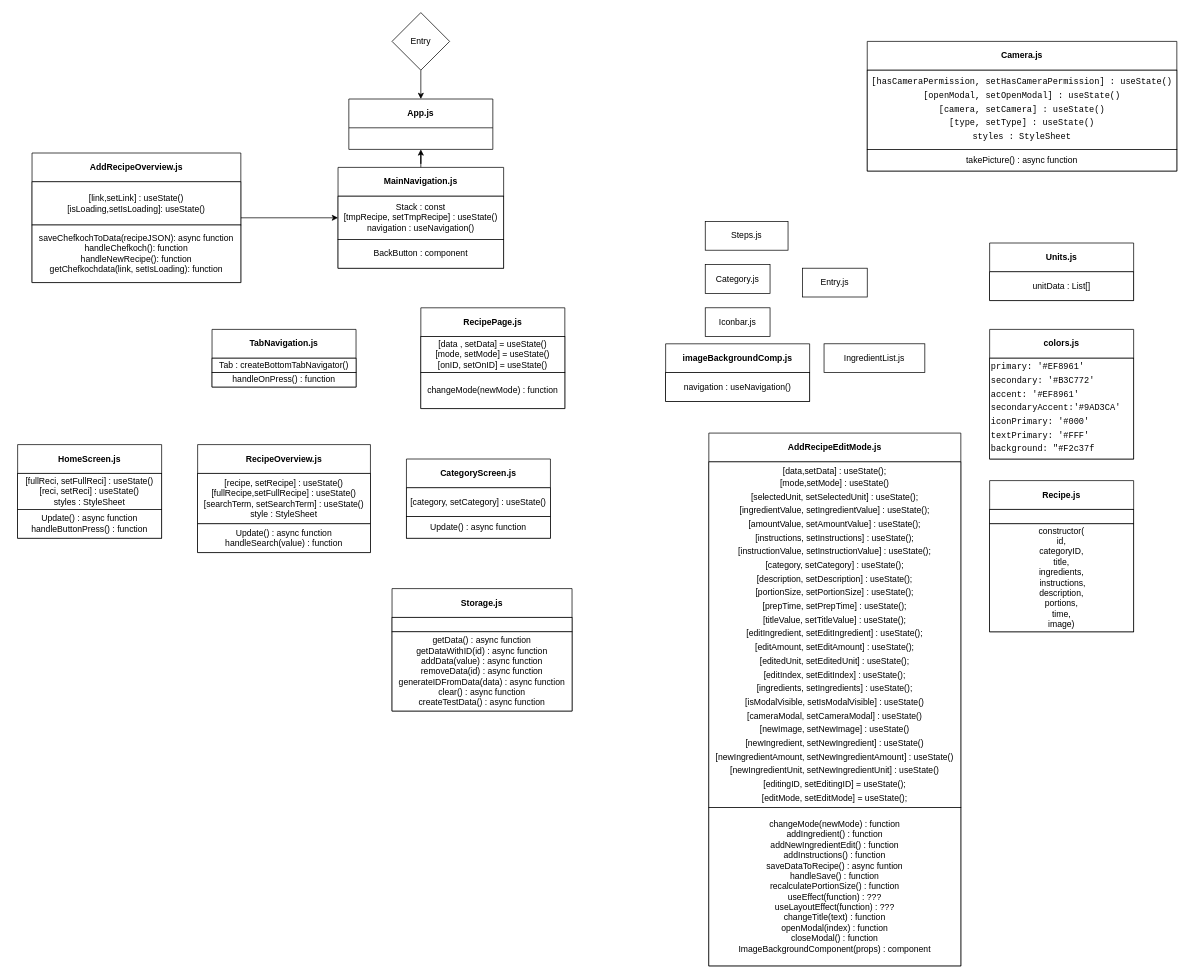
Above: Unbenanntes Diagramm.drawio in XDether/Ideen (draw.io), before the change. Source tidied: cells renumbered, new cells numbered last; positions are measured from the earlier drawing's top-left corner, leaving out a move shared by most shapes. Both pictures are drawn from the tidied source at 72%, with x=0, y=0 at pixel (17, 12).
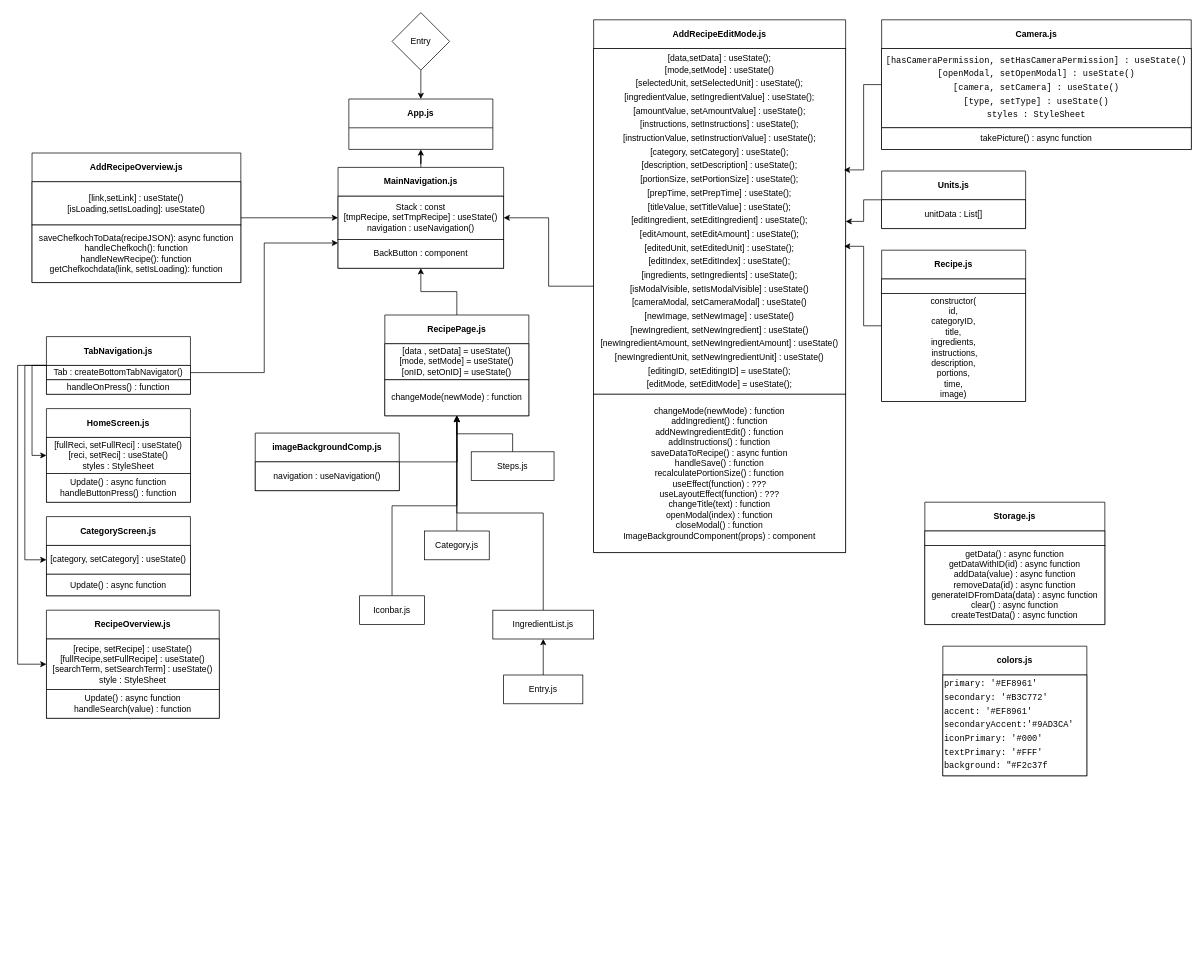
Above is the later version.

The change refers to these unchanged cells:
```xml
<mxCell id="4" value="MainNavigation.js" style="swimlane;whiteSpace=wrap;html=1;startSize=40;" parent="1" vertex="1">
  <mxGeometry x="445" y="215" width="230" height="140" as="geometry" />
</mxCell>
<mxCell id="8" value="&lt;div&gt;Tab : createBottomTabNavigator()&lt;/div&gt;" style="rounded=0;whiteSpace=wrap;html=1;" parent="7" vertex="1">
  <mxGeometry y="40" width="200" height="20" as="geometry" />
</mxCell>
<mxCell id="11" value="&lt;span style=&quot;font-size: 12px;&quot;&gt;&lt;/span&gt;&lt;span style=&quot;font-size: 12px;&quot;&gt;[data,setData] : useState();&lt;/span&gt;&lt;div style=&quot;font-size: 12px; line-height: 19px;&quot;&gt;&lt;div style=&quot;font-size: 12px;&quot;&gt;&lt;span style=&quot;font-size: 12px;&quot;&gt;[mode,setMode] : useState()&lt;/span&gt;&lt;/div&gt;&lt;div style=&quot;font-size: 12px;&quot;&gt;&lt;span style=&quot;font-size: 12px;&quot;&gt;[selectedUnit, setSelectedUnit] : useState();&lt;/span&gt;&lt;/div&gt;&lt;div style=&quot;font-size: 12px;&quot;&gt;&lt;span style=&quot;font-size: 12px;&quot;&gt;[ingredientValue, setIngredientValue] : useState();&lt;/span&gt;&lt;/div&gt;&lt;div style=&quot;font-size: 12px;&quot;&gt;&lt;span style=&quot;font-size: 12px;&quot;&gt;[amountValue, setAmountValue] : useState();&lt;/span&gt;&lt;/div&gt;&lt;div style=&quot;font-size: 12px;&quot;&gt;&lt;span style=&quot;font-size: 12px;&quot;&gt;[instructions, setInstructions] : useState();&lt;/span&gt;&lt;/div&gt;&lt;div style=&quot;font-size: 12px;&quot;&gt;&lt;span style=&quot;font-size: 12px;&quot;&gt;[instructionValue, setInstructionValue] : useState();&lt;/span&gt;&lt;/div&gt;&lt;div style=&quot;font-size: 12px;&quot;&gt;&lt;span style=&quot;font-size: 12px;&quot;&gt;[category, setCategory] : useState();&lt;/span&gt;&lt;/div&gt;&lt;div style=&quot;font-size: 12px;&quot;&gt;&lt;span style=&quot;font-size: 12px;&quot;&gt;[description, setDescription] : useState();&lt;/span&gt;&lt;/div&gt;&lt;div style=&quot;font-size: 12px;&quot;&gt;&lt;span style=&quot;font-size: 12px;&quot;&gt;[portionSize, setPortionSize] : useState();&lt;/span&gt;&lt;/div&gt;&lt;div style=&quot;font-size: 12px;&quot;&gt;&lt;span style=&quot;font-size: 12px;&quot;&gt;[prepTime, setPrepTime] : useState();&lt;/span&gt;&lt;/div&gt;&lt;div style=&quot;font-size: 12px;&quot;&gt;&lt;span style=&quot;font-size: 12px;&quot;&gt;[titleValue, setTitleValue] : useState();&lt;/span&gt;&lt;/div&gt;&lt;div style=&quot;font-size: 12px;&quot;&gt;&lt;span style=&quot;font-size: 12px;&quot;&gt;[editIngredient, setEditIngredient] : useState();&lt;/span&gt;&lt;/div&gt;&lt;div style=&quot;font-size: 12px;&quot;&gt;&lt;span style=&quot;font-size: 12px;&quot;&gt;[editAmount, setEditAmount] : useState();&lt;/span&gt;&lt;/div&gt;&lt;div style=&quot;font-size: 12px;&quot;&gt;&lt;span style=&quot;font-size: 12px;&quot;&gt;[editedUnit, setEditedUnit] : useState();&lt;/span&gt;&lt;/div&gt;&lt;div style=&quot;font-size: 12px;&quot;&gt;&lt;span style=&quot;font-size: 12px;&quot;&gt;[editIndex, setEditIndex] : useState();&lt;/span&gt;&lt;/div&gt;&lt;div style=&quot;font-size: 12px;&quot;&gt;&lt;span style=&quot;font-size: 12px;&quot;&gt;[ingredients, setIngredients] : useState();&lt;/span&gt;&lt;/div&gt;&lt;div style=&quot;font-size: 12px;&quot;&gt;&lt;span style=&quot;font-size: 12px;&quot;&gt;[isModalVisible, setIsModalVisible] : useState()&lt;/span&gt;&lt;/div&gt;&lt;div style=&quot;font-size: 12px;&quot;&gt;&lt;span style=&quot;font-size: 12px;&quot;&gt;[cameraModal, setCameraModal] : useState()&lt;/span&gt;&lt;/div&gt;&lt;div style=&quot;font-size: 12px;&quot;&gt;&lt;span style=&quot;font-size: 12px;&quot;&gt;[newImage, setNewImage] : useState()&lt;/span&gt;&lt;/div&gt;&lt;/div&gt;&lt;span style=&quot;font-size: 12px;&quot;&gt;&lt;/span&gt;&lt;div style=&quot;font-size: 12px; line-height: 19px;&quot;&gt;&lt;div style=&quot;font-size: 12px;&quot;&gt;&lt;span style=&quot;font-size: 12px;&quot;&gt;[newIngredient, setNewIngredient] : useState()&lt;/span&gt;&lt;/div&gt;&lt;div style=&quot;font-size: 12px;&quot;&gt;&lt;span style=&quot;font-size: 12px;&quot;&gt;[newIngredientAmount, setNewIngredientAmount] : useState()&lt;/span&gt;&lt;/div&gt;&lt;div style=&quot;font-size: 12px;&quot;&gt;&lt;span style=&quot;font-size: 12px;&quot;&gt;[newIngredientUnit, setNewIngredientUnit] : useState()&lt;/span&gt;&lt;/div&gt;&lt;span style=&quot;font-size: 12px;&quot;&gt;&lt;/span&gt;&lt;div style=&quot;font-size: 12px;&quot;&gt;&lt;span style=&quot;font-size: 12px;&quot;&gt;[editingID, setEditingID] = useState();&lt;/span&gt;&lt;/div&gt;&lt;span style=&quot;font-size: 12px;&quot;&gt;&lt;/span&gt;&lt;div style=&quot;font-size: 12px;&quot;&gt;&lt;span style=&quot;font-size: 12px;&quot;&gt;[editMode, setEditMode] = useState();&lt;/span&gt;&lt;/div&gt;&lt;/div&gt;" style="rounded=0;whiteSpace=wrap;html=1;labelBackgroundColor=none;align=center;verticalAlign=top;fontColor=default;fontStyle=0;fontFamily=Helvetica;fontSize=12;" parent="10" vertex="1">
  <mxGeometry y="40" width="350" height="480" as="geometry" />
</mxCell>
<mxCell id="19" value="&lt;div&gt;changeMode(newMode) : function&lt;/div&gt;" style="rounded=0;whiteSpace=wrap;html=1;" parent="17" vertex="1">
  <mxGeometry y="90" width="200" height="50" as="geometry" />
</mxCell>
```

Change to the diagram source:
```diff
@@
+    <mxCell id="51" style="edgeStyle=orthogonalEdgeStyle;rounded=0;jettySize=auto;html=1;entryX=0;entryY=0.5;entryDx=0;entryDy=0;" parent="1" edge="1" source="7" target="20">
+      <mxGeometry relative="1" as="geometry">
+        <Array as="points">
+          <mxPoint x="20" y="490" />
+          <mxPoint x="20" y="615" />
+        </Array>
+      </mxGeometry>
+    </mxCell>
+    <mxCell id="52" style="edgeStyle=orthogonalEdgeStyle;rounded=0;jettySize=auto;html=1;" parent="1" edge="1" source="7">
+      <mxGeometry relative="1" as="geometry">
+        <mxPoint x="40" y="760" as="targetPoint" />
+        <Array as="points">
+          <mxPoint x="10" y="490" />
+          <mxPoint x="10" y="760" />
+        </Array>
+      </mxGeometry>
+    </mxCell>
+    <mxCell id="53" style="edgeStyle=orthogonalEdgeStyle;rounded=0;jettySize=auto;html=1;entryX=0;entryY=0.5;entryDx=0;entryDy=0;" parent="1" edge="1" source="7" target="23">
+      <mxGeometry relative="1" as="geometry">
+        <Array as="points">
+          <mxPoint y="490" />
+          <mxPoint y="905" />
+        </Array>
+      </mxGeometry>
+    </mxCell>
     <mxCell id="7" value="&lt;div&gt;TabNavigation.js&lt;/div&gt;" style="swimlane;whiteSpace=wrap;html=1;startSize=40;" parent="1" vertex="1">
-      <mxGeometry x="270" y="440" width="200" height="80" as="geometry" />
+      <mxGeometry x="40" y="450" width="200" height="80" as="geometry" />
     </mxCell>
@@
+    <mxCell id="54" style="edgeStyle=orthogonalEdgeStyle;rounded=0;jettySize=auto;html=1;entryX=1;entryY=0.5;entryDx=0;entryDy=0;" parent="1" edge="1" source="10" target="4">
+      <mxGeometry relative="1" as="geometry" />
+    </mxCell>
     <mxCell id="10" value="AddRecipeEditMode.js" style="swimlane;whiteSpace=wrap;html=1;startSize=40;" parent="1" vertex="1">
-      <mxGeometry x="960" y="584" width="350" height="740" as="geometry" />
+      <mxGeometry x="800" y="10" width="350" height="740" as="geometry" />
     </mxCell>
@@
+    <mxCell id="55" style="edgeStyle=orthogonalEdgeStyle;rounded=0;jettySize=auto;html=1;entryX=0.5;entryY=1;entryDx=0;entryDy=0;" parent="1" edge="1" source="17" target="4">
+      <mxGeometry relative="1" as="geometry" />
+    </mxCell>
     <mxCell id="17" value="&lt;div&gt;RecipePage.js&lt;/div&gt;" style="swimlane;whiteSpace=wrap;html=1;startSize=40;" parent="1" vertex="1">
-      <mxGeometry x="560" y="410" width="200" height="140" as="geometry" />
+      <mxGeometry x="510" y="420" width="200" height="140" as="geometry" />
     </mxCell>
@@
     <mxCell id="20" value="&lt;div&gt;HomeScreen.js&lt;/div&gt;" style="swimlane;whiteSpace=wrap;html=1;startSize=40;" parent="1" vertex="1">
-      <mxGeometry y="600" width="200" height="130" as="geometry" />
+      <mxGeometry x="40" y="550" width="200" height="130" as="geometry" />
     </mxCell>
@@
     <mxCell id="23" value="&lt;div&gt;RecipeOverview.js&lt;/div&gt;" style="swimlane;whiteSpace=wrap;html=1;startSize=40;" parent="1" vertex="1">
-      <mxGeometry x="250" y="600" width="240" height="150" as="geometry" />
+      <mxGeometry x="40" y="830" width="240" height="150" as="geometry" />
     </mxCell>
@@
     <mxCell id="26" value="Storage.js" style="swimlane;whiteSpace=wrap;html=1;startSize=40;" parent="1" vertex="1">
-      <mxGeometry x="520" y="800" width="250" height="170" as="geometry" />
+      <mxGeometry x="1260" y="680" width="250" height="170" as="geometry" />
     </mxCell>
@@
+    <mxCell id="56" style="edgeStyle=orthogonalEdgeStyle;rounded=0;jettySize=auto;html=1;entryX=0.993;entryY=0.351;entryDx=0;entryDy=0;entryPerimeter=0;" parent="1" edge="1" source="29" target="11">
+      <mxGeometry relative="1" as="geometry" />
+    </mxCell>
     <mxCell id="29" value="Camera.js" style="swimlane;whiteSpace=wrap;html=1;startSize=40;" parent="1" vertex="1">
-      <mxGeometry x="1180" y="40" width="430" height="180" as="geometry" />
+      <mxGeometry x="1200" y="10" width="430" height="180" as="geometry" />
     </mxCell>
@@
+    <mxCell id="57" style="edgeStyle=orthogonalEdgeStyle;rounded=0;jettySize=auto;html=1;entryX=0.994;entryY=0.572;entryDx=0;entryDy=0;entryPerimeter=0;" parent="1" edge="1" source="32" target="11">
+      <mxGeometry relative="1" as="geometry" />
+    </mxCell>
     <mxCell id="32" value="Recipe.js" style="swimlane;whiteSpace=wrap;html=1;startSize=40;" parent="1" vertex="1">
-      <mxGeometry x="1350" y="650" width="200" height="210" as="geometry" />
+      <mxGeometry x="1200" y="330" width="200" height="210" as="geometry" />
     </mxCell>
@@
+    <mxCell id="58" style="edgeStyle=orthogonalEdgeStyle;rounded=0;jettySize=auto;html=1;" parent="1" edge="1" source="35" target="11">
+      <mxGeometry relative="1" as="geometry" />
+    </mxCell>
     <mxCell id="35" value="&lt;div&gt;Units.js&lt;/div&gt;" style="swimlane;whiteSpace=wrap;html=1;startSize=40;" parent="1" vertex="1">
-      <mxGeometry x="1350" y="320" width="200" height="80" as="geometry" />
+      <mxGeometry x="1200" y="220" width="200" height="80" as="geometry" />
     </mxCell>
@@
     <mxCell id="39" value="colors.js" style="swimlane;whiteSpace=wrap;html=1;startSize=40;" parent="1" vertex="1">
-      <mxGeometry x="1350" y="440" width="200" height="180" as="geometry" />
+      <mxGeometry x="1285" y="880" width="200" height="180" as="geometry" />
     </mxCell>
@@
     <mxCell id="41" value="CategoryScreen.js" style="swimlane;whiteSpace=wrap;html=1;startSize=40;" parent="1" vertex="1">
-      <mxGeometry x="540" y="620" width="200" height="110" as="geometry" />
+      <mxGeometry x="40" y="700" width="200" height="110" as="geometry" />
     </mxCell>
@@
+    <mxCell id="59" style="edgeStyle=orthogonalEdgeStyle;rounded=0;jettySize=auto;html=1;entryX=0.5;entryY=1;entryDx=0;entryDy=0;" parent="1" edge="1" source="44" target="17">
+      <mxGeometry relative="1" as="geometry" />
+    </mxCell>
     <mxCell id="44" value="Category.js" style="rounded=0;whiteSpace=wrap;html=1;" parent="1" vertex="1">
-      <mxGeometry x="955" y="350" width="90" height="40" as="geometry" />
+      <mxGeometry x="565" y="720" width="90" height="40" as="geometry" />
     </mxCell>
+    <mxCell id="60" style="edgeStyle=orthogonalEdgeStyle;rounded=0;jettySize=auto;html=1;" parent="1" edge="1" source="45" target="19">
+      <mxGeometry relative="1" as="geometry" />
+    </mxCell>
     <mxCell id="45" value="Iconbar.js" style="rounded=0;whiteSpace=wrap;html=1;" parent="1" vertex="1">
-      <mxGeometry x="955" y="410" width="90" height="40" as="geometry" />
+      <mxGeometry x="475" y="810" width="90" height="40" as="geometry" />
     </mxCell>
+    <mxCell id="61" style="edgeStyle=orthogonalEdgeStyle;rounded=0;jettySize=auto;html=1;exitX=1;exitY=0.5;exitDx=0;exitDy=0;" parent="1" edge="1" source="46">
+      <mxGeometry relative="1" as="geometry">
+        <mxPoint x="610" y="560" as="targetPoint" />
+      </mxGeometry>
+    </mxCell>
     <mxCell id="46" value="&lt;div&gt;imageBackgroundComp.js&lt;br&gt;&lt;/div&gt;" style="swimlane;whiteSpace=wrap;html=1;startSize=40;" parent="1" vertex="1">
-      <mxGeometry x="900" y="460" width="200" height="80" as="geometry" />
+      <mxGeometry x="330" y="584" width="200" height="80" as="geometry" />
     </mxCell>
@@
+    <mxCell id="62" style="edgeStyle=orthogonalEdgeStyle;rounded=0;jettySize=auto;html=1;entryX=0.5;entryY=1;entryDx=0;entryDy=0;" parent="1" edge="1" source="48" target="17">
+      <mxGeometry relative="1" as="geometry" />
+    </mxCell>
     <mxCell id="48" value="&lt;div&gt;Steps.js&lt;/div&gt;" style="rounded=0;whiteSpace=wrap;html=1;" parent="1" vertex="1">
-      <mxGeometry x="955" y="290" width="115" height="40" as="geometry" />
+      <mxGeometry x="630" y="610" width="115" height="40" as="geometry" />
     </mxCell>
+    <mxCell id="63" style="edgeStyle=orthogonalEdgeStyle;rounded=0;jettySize=auto;html=1;entryX=0.5;entryY=1;entryDx=0;entryDy=0;" parent="1" edge="1" source="49" target="50">
+      <mxGeometry relative="1" as="geometry" />
+    </mxCell>
     <mxCell id="49" value="Entry.js" style="rounded=0;whiteSpace=wrap;html=1;" parent="1" vertex="1">
-      <mxGeometry x="1090" y="355" width="90" height="40" as="geometry" />
+      <mxGeometry x="675" y="920" width="110" height="40" as="geometry" />
     </mxCell>
+    <mxCell id="64" style="edgeStyle=orthogonalEdgeStyle;rounded=0;jettySize=auto;html=1;" parent="1" edge="1" source="50" target="19">
+      <mxGeometry relative="1" as="geometry" />
+    </mxCell>
     <mxCell id="50" value="&lt;div&gt;IngredientList.js&lt;/div&gt;" style="rounded=0;whiteSpace=wrap;html=1;" parent="1" vertex="1">
-      <mxGeometry x="1120" y="460" width="140" height="40" as="geometry" />
+      <mxGeometry x="660" y="830" width="140" height="40" as="geometry" />
     </mxCell>
+    <mxCell id="65" style="edgeStyle=orthogonalEdgeStyle;rounded=0;jettySize=auto;html=1;entryX=0;entryY=0.75;entryDx=0;entryDy=0;" parent="1" edge="1" source="8" target="4">
+      <mxGeometry relative="1" as="geometry" />
+    </mxCell>
```
